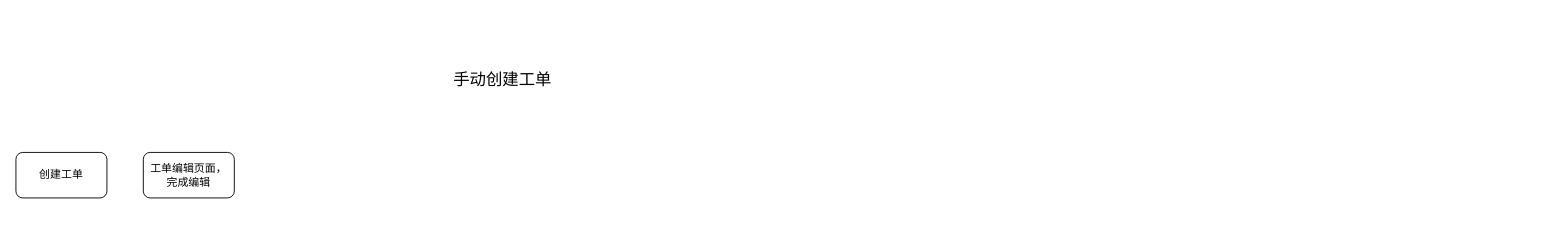
This is Untitled Diagram.drawio from ErbanZ/DOG, a draw.io file, before an edit. Source tidied: cells renumbered, new cells numbered last; positions are measured from the earlier drawing's top-left corner, leaving out a move shared by most shapes. Both pictures are drawn from the tidied source at 91%, with x=0, y=0 at pixel (15, 70).
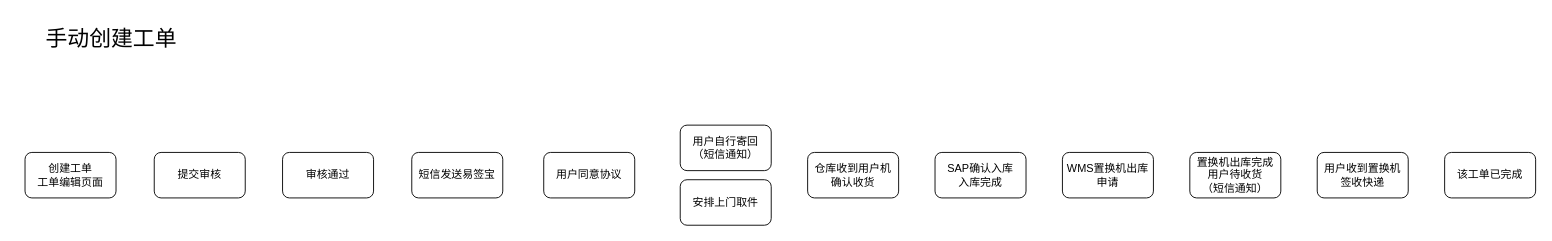
After the change.

Change to the diagram source:
```diff
@@
 <mxGraphModel>
   <root>
     <mxCell id="0" />
     <mxCell id="1" parent="0" />
-    <mxCell id="2" value="&lt;font style=&quot;font-size: 18px&quot;&gt;手动创建工单&lt;/font&gt;" style="text;html=1;strokeColor=none;fillColor=none;align=center;verticalAlign=middle;whiteSpace=wrap;rounded=0;" parent="1" vertex="1">
-      <mxGeometry x="470" width="130" height="20" as="geometry" />
+    <mxCell id="2" value="&lt;font style=&quot;font-size: 24px&quot;&gt;手动创建工单&lt;/font&gt;" style="text;html=1;strokeColor=none;fillColor=none;align=center;verticalAlign=middle;whiteSpace=wrap;rounded=0;" parent="1" vertex="1">
+      <mxGeometry x="10" y="-60" width="190" height="50" as="geometry" />
     </mxCell>
-    <mxCell id="3" value="工单编辑页面，&lt;br&gt;完成编辑" style="rounded=1;whiteSpace=wrap;html=1;" parent="1" vertex="1">
-      <mxGeometry x="140" y="90" width="100" height="50" as="geometry" />
-    </mxCell>
-    <mxCell id="4" value="创建工单" style="rounded=1;whiteSpace=wrap;html=1;" parent="1" vertex="1">
-      <mxGeometry y="90" width="100" height="50" as="geometry" />
+    <mxCell id="4" value="创建工单&lt;br&gt;工单编辑页面" style="rounded=1;whiteSpace=wrap;html=1;" parent="1" vertex="1">
+      <mxGeometry x="10" y="90" width="100" height="50" as="geometry" />
     </mxCell>
+    <mxCell id="5" value="提交审核" style="rounded=1;whiteSpace=wrap;html=1;" parent="1" vertex="1">
+      <mxGeometry x="152" y="90" width="100" height="50" as="geometry" />
+    </mxCell>
+    <mxCell id="6" value="审核通过" style="rounded=1;whiteSpace=wrap;html=1;" parent="1" vertex="1">
+      <mxGeometry x="293" y="90" width="100" height="50" as="geometry" />
+    </mxCell>
+    <mxCell id="7" value="短信发送易签宝" style="rounded=1;whiteSpace=wrap;html=1;" parent="1" vertex="1">
+      <mxGeometry x="435" y="90" width="100" height="50" as="geometry" />
+    </mxCell>
+    <mxCell id="8" value="用户同意协议" style="rounded=1;whiteSpace=wrap;html=1;" parent="1" vertex="1">
+      <mxGeometry x="580" y="90" width="100" height="50" as="geometry" />
+    </mxCell>
+    <mxCell id="9" value="仓库收到用户机&lt;br&gt;确认收货" style="rounded=1;whiteSpace=wrap;html=1;" parent="1" vertex="1">
+      <mxGeometry x="870" y="90" width="100" height="50" as="geometry" />
+    </mxCell>
+    <mxCell id="10" style="group;" parent="1" vertex="1">
+      <mxGeometry x="730" y="60" width="100" height="110" as="geometry" />
+    </mxCell>
+    <mxCell id="11" value="用户自行寄回&lt;br&gt;（短信通知）" style="rounded=1;whiteSpace=wrap;html=1;" parent="10" vertex="1">
+      <mxGeometry width="100" height="50" as="geometry" />
+    </mxCell>
+    <mxCell id="12" value="安排上门取件" style="rounded=1;whiteSpace=wrap;html=1;" parent="10" vertex="1">
+      <mxGeometry y="60" width="100" height="50" as="geometry" />
+    </mxCell>
+    <mxCell id="13" value="SAP确认入库&lt;br&gt;入库完成" style="rounded=1;whiteSpace=wrap;html=1;" parent="1" vertex="1">
+      <mxGeometry x="1010" y="90" width="100" height="50" as="geometry" />
+    </mxCell>
+    <mxCell id="14" value="WMS置换机出库申请" style="rounded=1;whiteSpace=wrap;html=1;" parent="1" vertex="1">
+      <mxGeometry x="1150" y="90" width="100" height="50" as="geometry" />
+    </mxCell>
+    <mxCell id="15" value="置换机出库完成&lt;br&gt;用户待收货&lt;br&gt;（短信通知）" style="rounded=1;whiteSpace=wrap;html=1;" parent="1" vertex="1">
+      <mxGeometry x="1290" y="90" width="100" height="50" as="geometry" />
+    </mxCell>
+    <mxCell id="16" value="用户收到置换机&lt;br&gt;签收快递" style="rounded=1;whiteSpace=wrap;html=1;" parent="1" vertex="1">
+      <mxGeometry x="1430" y="90" width="100" height="50" as="geometry" />
+    </mxCell>
+    <mxCell id="17" value="该工单已完成" style="rounded=1;whiteSpace=wrap;html=1;" parent="1" vertex="1">
+      <mxGeometry x="1570" y="90" width="100" height="50" as="geometry" />
+    </mxCell>
   </root>
 </mxGraphModel>
```
